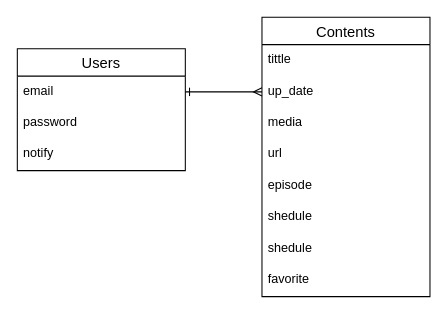
Above: er.dio in PTT1230/notify (draw.io), before the change. Source tidied: cells renumbered, new cells numbered last; positions are measured from the earlier drawing's top-left corner, leaving out a move shared by most shapes. Both pictures are drawn from the tidied source at 105%, with x=0, y=0 at pixel (17, 17).
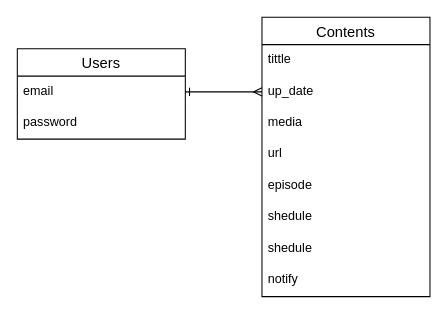
Above is the later version.

The edit, as a diff of the source:
```diff
@@
 <mxGraphModel>
   <root>
     <mxCell id="0" />
     <mxCell id="1" parent="0" />
     <mxCell id="2" value="Users" style="swimlane;fontStyle=0;horizontal=1;startSize=26;align=center;fontSize=14;" parent="1" vertex="1">
-      <mxGeometry y="30" width="160" height="116" as="geometry" />
+      <mxGeometry y="30" width="160" height="86" as="geometry" />
     </mxCell>
     <mxCell id="3" value="email" style="text;strokeColor=none;fillColor=none;spacingLeft=4;spacingRight=4;overflow=hidden;points=[[0,0.5],[1,0.5]];portConstraint=eastwest;fontSize=12;" parent="2" vertex="1">
       <mxGeometry y="26" width="160" height="30" as="geometry" />
     </mxCell>
     <mxCell id="4" value="password" style="text;strokeColor=none;fillColor=none;spacingLeft=4;spacingRight=4;overflow=hidden;fontSize=12;" parent="2" vertex="1">
       <mxGeometry y="56" width="160" height="30" as="geometry" />
     </mxCell>
-    <mxCell id="5" value="notify" style="text;strokeColor=none;fillColor=none;spacingLeft=4;spacingRight=4;overflow=hidden;fontSize=12;" parent="2" vertex="1">
-      <mxGeometry y="86" width="160" height="30" as="geometry" />
-    </mxCell>
     <mxCell id="6" value="Contents" style="swimlane;fontStyle=0;horizontal=1;startSize=26;align=center;fontSize=14;" parent="1" vertex="1">
       <mxGeometry x="233" width="160" height="266" as="geometry" />
     </mxCell>
     <mxCell id="7" value="tittle" style="text;strokeColor=none;fillColor=none;spacingLeft=4;spacingRight=4;overflow=hidden;fontSize=12;" parent="6" vertex="1">
       <mxGeometry y="26" width="160" height="30" as="geometry" />
     </mxCell>
     <mxCell id="8" value="up_date" style="text;strokeColor=none;fillColor=none;spacingLeft=4;spacingRight=4;overflow=hidden;points=[[0,0.5],[1,0.5]];portConstraint=eastwest;fontSize=12;" parent="6" vertex="1">
       <mxGeometry y="56" width="160" height="30" as="geometry" />
     </mxCell>
     <mxCell id="9" value="media" style="text;strokeColor=none;fillColor=none;spacingLeft=4;spacingRight=4;overflow=hidden;fontSize=12;" parent="6" vertex="1">
       <mxGeometry y="86" width="160" height="30" as="geometry" />
     </mxCell>
     <mxCell id="10" value="url" style="text;strokeColor=none;fillColor=none;spacingLeft=4;spacingRight=4;overflow=hidden;fontSize=12;" parent="6" vertex="1">
       <mxGeometry y="116" width="160" height="30" as="geometry" />
     </mxCell>
     <mxCell id="11" value="episode" style="text;strokeColor=none;fillColor=none;spacingLeft=4;spacingRight=4;overflow=hidden;fontSize=12;" parent="6" vertex="1">
       <mxGeometry y="146" width="160" height="30" as="geometry" />
     </mxCell>
     <mxCell id="12" value="shedule" style="text;strokeColor=none;fillColor=none;spacingLeft=4;spacingRight=4;overflow=hidden;fontSize=12;" parent="6" vertex="1">
       <mxGeometry y="176" width="160" height="30" as="geometry" />
     </mxCell>
     <mxCell id="13" value="shedule" style="text;strokeColor=none;fillColor=none;spacingLeft=4;spacingRight=4;overflow=hidden;fontSize=12;" parent="6" vertex="1">
       <mxGeometry y="206" width="160" height="30" as="geometry" />
     </mxCell>
-    <mxCell id="14" value="favorite" style="text;strokeColor=none;fillColor=none;spacingLeft=4;spacingRight=4;overflow=hidden;fontSize=12;" parent="6" vertex="1">
+    <mxCell id="14" value="notify" style="text;strokeColor=none;fillColor=none;spacingLeft=4;spacingRight=4;overflow=hidden;fontSize=12;" parent="6" vertex="1">
       <mxGeometry y="236" width="160" height="30" as="geometry" />
     </mxCell>
     <mxCell id="15" style="edgeStyle=none;html=1;exitX=1;exitY=0.5;exitDx=0;exitDy=0;startArrow=ERone;startFill=0;endArrow=ERmany;endFill=0;" parent="1" edge="1" source="3" target="8">
       <mxGeometry relative="1" as="geometry" />
     </mxCell>
   </root>
 </mxGraphModel>
```
